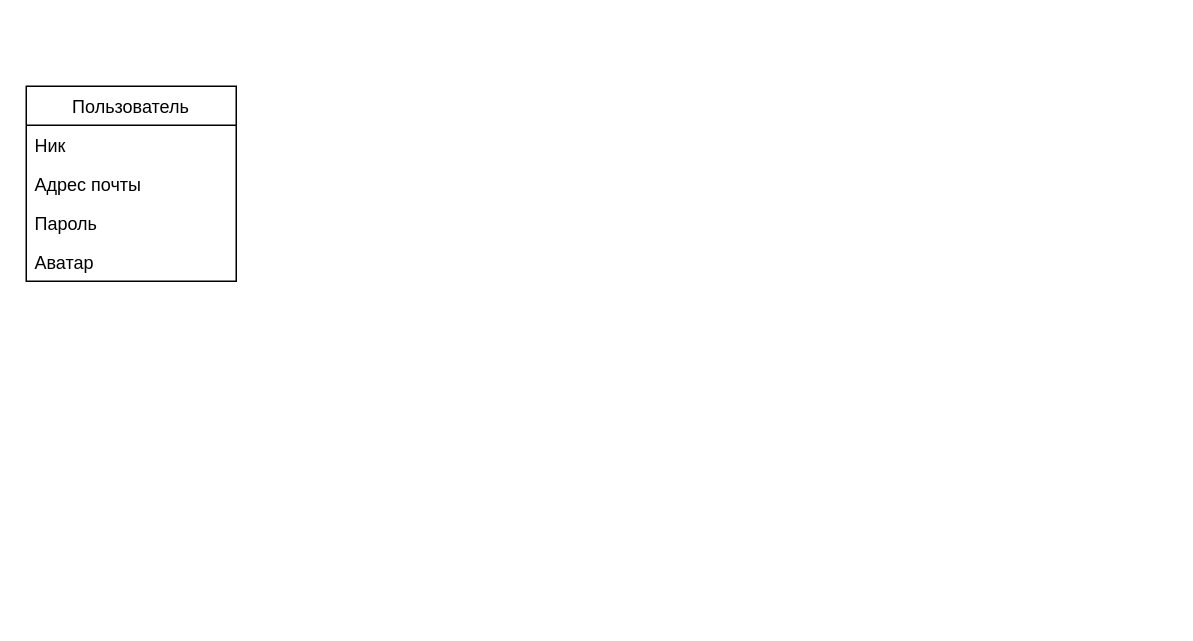
Above: Diagrams/Untitled Diagram.drawio in vishIGOR/CringeChatDiagrams (draw.io), before the change. Source tidied: cells renumbered, new cells numbered last; positions are measured from the earlier drawing's top-left corner, leaving out a move shared by most shapes. Both pictures are drawn from the tidied source at 150%, with x=0, y=0 at pixel (26, 86).
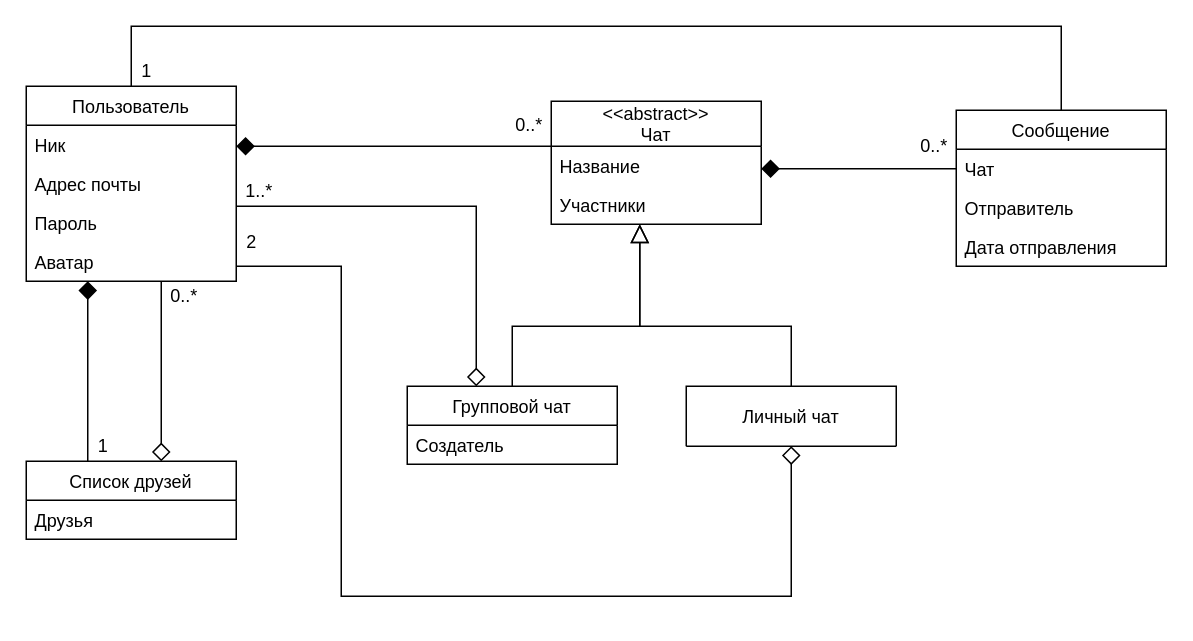
Above is the later version.

Unchanged cells that the change refers to:
```xml
<mxCell id="2" value="Пользователь" style="swimlane;fontStyle=0;horizontal=1;startSize=26;fillColor=none;" parent="1" vertex="1">
  <mxGeometry width="140" height="130" as="geometry" />
</mxCell>
```

What changed in the source:
```diff
@@
+    <mxCell id="7" style="edgeStyle=orthogonalEdgeStyle;rounded=0;jettySize=auto;html=1;startArrow=diamond;startFill=1;endArrow=none;endFill=0;endSize=10;startSize=10;" parent="1" edge="1" source="2" target="9">
+      <mxGeometry relative="1" as="geometry">
+        <Array as="points">
+          <mxPoint x="260" y="40" />
+          <mxPoint x="260" y="40" />
+        </Array>
+      </mxGeometry>
+    </mxCell>
@@
+    <mxCell id="8" style="edgeStyle=orthogonalEdgeStyle;rounded=0;jettySize=auto;html=1;startArrow=diamond;startFill=1;endArrow=none;endFill=0;startSize=10;endSize=10;" parent="1" edge="1" source="9" target="17">
+      <mxGeometry relative="1" as="geometry">
+        <Array as="points">
+          <mxPoint x="609" y="55" />
+          <mxPoint x="609" y="55" />
+        </Array>
+      </mxGeometry>
+    </mxCell>
+    <mxCell id="9" value="&lt;&lt;abstract&gt;&gt;&#10;Чат" style="swimlane;fontStyle=0;horizontal=1;startSize=30;fillColor=none;" parent="1" vertex="1">
+      <mxGeometry x="350" y="10" width="140" height="82" as="geometry" />
+    </mxCell>
+    <mxCell id="10" value="Название" style="text;strokeColor=none;fillColor=none;align=left;verticalAlign=top;spacingLeft=4;spacingRight=4;overflow=hidden;" parent="9" vertex="1">
+      <mxGeometry y="30" width="140" height="26" as="geometry" />
+    </mxCell>
+    <mxCell id="11" value="Участники" style="text;strokeColor=none;fillColor=none;align=left;verticalAlign=top;spacingLeft=4;spacingRight=4;overflow=hidden;" parent="9" vertex="1">
+      <mxGeometry y="56" width="140" height="26" as="geometry" />
+    </mxCell>
+    <mxCell id="12" style="edgeStyle=orthogonalEdgeStyle;rounded=0;jettySize=auto;html=1;startArrow=diamond;startFill=0;endArrow=none;endFill=0;startSize=10;endSize=10;" parent="1" edge="1" source="13" target="2">
+      <mxGeometry relative="1" as="geometry">
+        <Array as="points">
+          <mxPoint x="90" y="200" />
+          <mxPoint x="90" y="200" />
+        </Array>
+      </mxGeometry>
+    </mxCell>
+    <mxCell id="13" value="Список друзей" style="swimlane;fontStyle=0;horizontal=1;startSize=26;fillColor=none;" parent="1" vertex="1">
+      <mxGeometry y="250" width="140" height="52" as="geometry" />
+    </mxCell>
+    <mxCell id="14" value="Друзья" style="text;strokeColor=none;fillColor=none;align=left;verticalAlign=top;spacingLeft=4;spacingRight=4;overflow=hidden;" parent="13" vertex="1">
+      <mxGeometry y="26" width="140" height="26" as="geometry" />
+    </mxCell>
+    <mxCell id="15" value="0..*" style="text;html=1;align=center;verticalAlign=middle;strokeColor=none;fillColor=none;" parent="1" vertex="1">
+      <mxGeometry x="320" y="16" width="30" height="20" as="geometry" />
+    </mxCell>
+    <mxCell id="16" style="edgeStyle=orthogonalEdgeStyle;rounded=0;jettySize=auto;html=1;startArrow=none;startFill=0;endArrow=none;endFill=0;startSize=10;endSize=10;" parent="1" edge="1" source="17" target="2">
+      <mxGeometry relative="1" as="geometry">
+        <Array as="points">
+          <mxPoint x="690" y="-40" />
+          <mxPoint x="70" y="-40" />
+        </Array>
+      </mxGeometry>
+    </mxCell>
+    <mxCell id="17" value="Сообщение" style="swimlane;fontStyle=0;horizontal=1;startSize=26;fillColor=none;" parent="1" vertex="1">
+      <mxGeometry x="620" y="16" width="140" height="104" as="geometry" />
+    </mxCell>
+    <mxCell id="18" value="Чат" style="text;strokeColor=none;fillColor=none;align=left;verticalAlign=top;spacingLeft=4;spacingRight=4;overflow=hidden;" parent="17" vertex="1">
+      <mxGeometry y="26" width="140" height="26" as="geometry" />
+    </mxCell>
+    <mxCell id="19" value="Отправитель" style="text;strokeColor=none;fillColor=none;align=left;verticalAlign=top;spacingLeft=4;spacingRight=4;overflow=hidden;" parent="17" vertex="1">
+      <mxGeometry y="52" width="140" height="26" as="geometry" />
+    </mxCell>
+    <mxCell id="20" value="Дата отправления" style="text;strokeColor=none;fillColor=none;align=left;verticalAlign=top;spacingLeft=4;spacingRight=4;overflow=hidden;" parent="17" vertex="1">
+      <mxGeometry y="78" width="140" height="26" as="geometry" />
+    </mxCell>
+    <mxCell id="21" value="0..*" style="text;html=1;align=center;verticalAlign=middle;strokeColor=none;fillColor=none;" parent="1" vertex="1">
+      <mxGeometry x="590" y="30" width="30" height="20" as="geometry" />
+    </mxCell>
+    <mxCell id="22" value="1..*" style="text;html=1;align=center;verticalAlign=middle;strokeColor=none;fillColor=none;" parent="1" vertex="1">
+      <mxGeometry x="140" y="60" width="30" height="20" as="geometry" />
+    </mxCell>
+    <mxCell id="23" style="edgeStyle=orthogonalEdgeStyle;rounded=0;jettySize=auto;html=1;startArrow=diamond;startFill=1;endArrow=none;endFill=0;startSize=10;endSize=10;" parent="1" edge="1" source="2" target="13">
+      <mxGeometry relative="1" as="geometry">
+        <Array as="points">
+          <mxPoint x="41" y="170" />
+          <mxPoint x="41" y="170" />
+        </Array>
+      </mxGeometry>
+    </mxCell>
+    <mxCell id="24" value="0..*" style="text;html=1;align=center;verticalAlign=middle;strokeColor=none;fillColor=none;" parent="1" vertex="1">
+      <mxGeometry x="90" y="130" width="30" height="20" as="geometry" />
+    </mxCell>
+    <mxCell id="25" value="1" style="text;html=1;align=center;verticalAlign=middle;strokeColor=none;fillColor=none;" parent="1" vertex="1">
+      <mxGeometry x="41" y="230" width="20" height="20" as="geometry" />
+    </mxCell>
+    <mxCell id="26" style="edgeStyle=orthogonalEdgeStyle;rounded=0;jettySize=auto;html=1;startArrow=none;startFill=0;endArrow=block;endFill=0;startSize=10;endSize=10;" parent="1" edge="1" source="28" target="9">
+      <mxGeometry relative="1" as="geometry">
+        <Array as="points">
+          <mxPoint x="324" y="160" />
+          <mxPoint x="409" y="160" />
+        </Array>
+      </mxGeometry>
+    </mxCell>
+    <mxCell id="27" style="edgeStyle=orthogonalEdgeStyle;rounded=0;jettySize=auto;html=1;startArrow=diamond;startFill=0;endArrow=none;endFill=0;startSize=10;endSize=10;" parent="1" edge="1" source="28" target="2">
+      <mxGeometry relative="1" as="geometry">
+        <Array as="points">
+          <mxPoint x="300" y="80" />
+        </Array>
+      </mxGeometry>
+    </mxCell>
+    <mxCell id="28" value="Групповой чат" style="swimlane;fontStyle=0;horizontal=1;startSize=26;fillColor=none;" parent="1" vertex="1">
+      <mxGeometry x="254" y="200" width="140" height="52" as="geometry" />
+    </mxCell>
+    <mxCell id="29" value="Создатель" style="text;strokeColor=none;fillColor=none;align=left;verticalAlign=top;spacingLeft=4;spacingRight=4;overflow=hidden;" parent="28" vertex="1">
+      <mxGeometry y="26" width="140" height="26" as="geometry" />
+    </mxCell>
+    <mxCell id="30" style="edgeStyle=orthogonalEdgeStyle;rounded=0;jettySize=auto;html=1;startArrow=none;startFill=0;endArrow=block;endFill=0;startSize=10;endSize=10;" parent="1" edge="1" source="32" target="9">
+      <mxGeometry relative="1" as="geometry">
+        <Array as="points">
+          <mxPoint x="510" y="160" />
+          <mxPoint x="409" y="160" />
+        </Array>
+      </mxGeometry>
+    </mxCell>
+    <mxCell id="31" style="edgeStyle=orthogonalEdgeStyle;rounded=0;jettySize=auto;html=1;startArrow=diamond;startFill=0;endArrow=none;endFill=0;startSize=10;endSize=10;" parent="1" edge="1" source="32" target="2">
+      <mxGeometry relative="1" as="geometry">
+        <Array as="points">
+          <mxPoint x="510" y="340" />
+          <mxPoint x="210" y="340" />
+          <mxPoint x="210" y="120" />
+        </Array>
+      </mxGeometry>
+    </mxCell>
+    <mxCell id="32" value="Личный чат" style="swimlane;fontStyle=0;horizontal=1;startSize=50;fillColor=none;" parent="1" vertex="1">
+      <mxGeometry x="440" y="200" width="140" height="40" as="geometry" />
+    </mxCell>
+    <mxCell id="33" value="2" style="text;html=1;align=center;verticalAlign=middle;strokeColor=none;fillColor=none;" parent="1" vertex="1">
+      <mxGeometry x="140" y="94" width="20" height="20" as="geometry" />
+    </mxCell>
+    <mxCell id="34" value="1" style="text;html=1;align=center;verticalAlign=middle;strokeColor=none;fillColor=none;" parent="1" vertex="1">
+      <mxGeometry x="70" y="-20" width="20" height="20" as="geometry" />
+    </mxCell>
```
